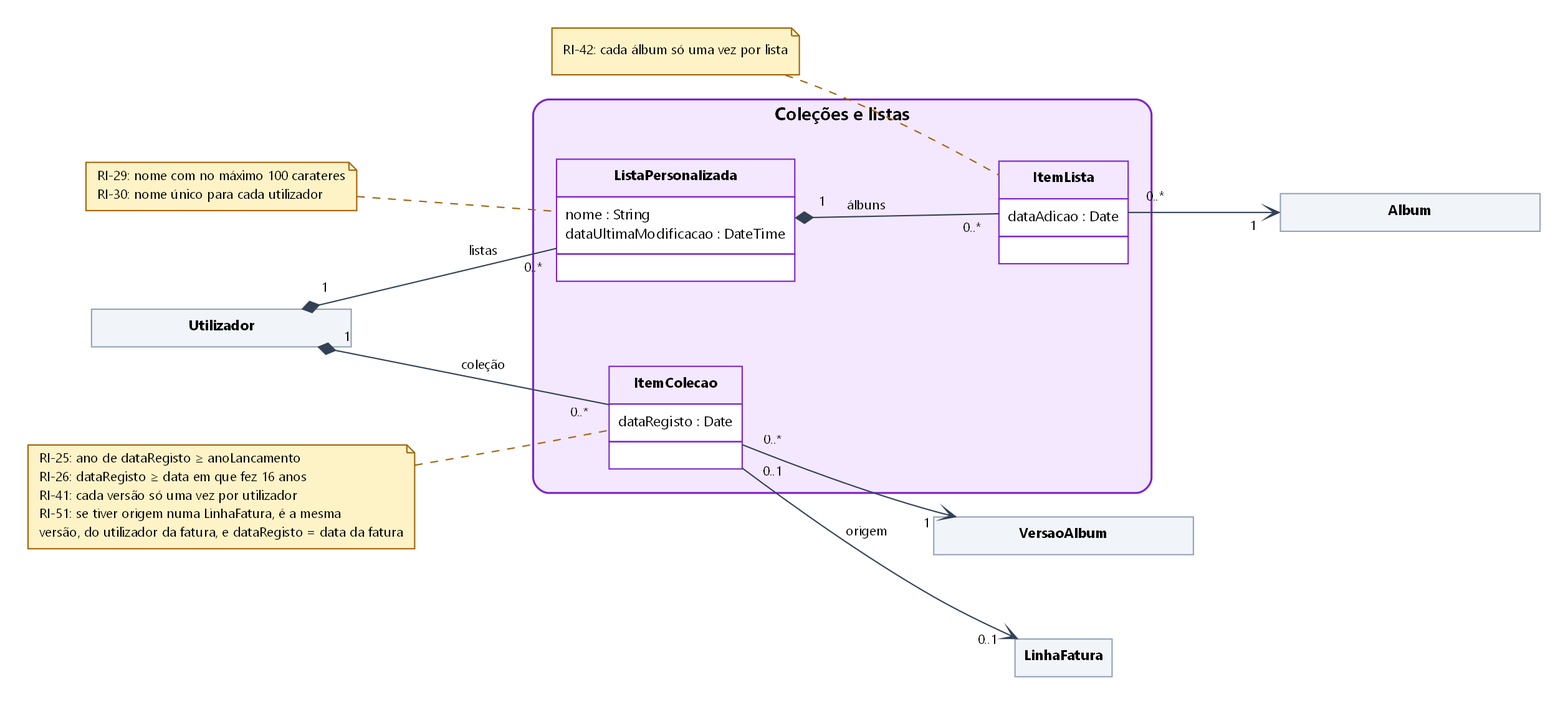
The Graphviz diagram etapa1/classes/img/05-colecoes-listas.png in malat0o/PGP, before a commit. Its source is kept beside it as etapa1/classes/fonte/05-colecoes-listas.dot.
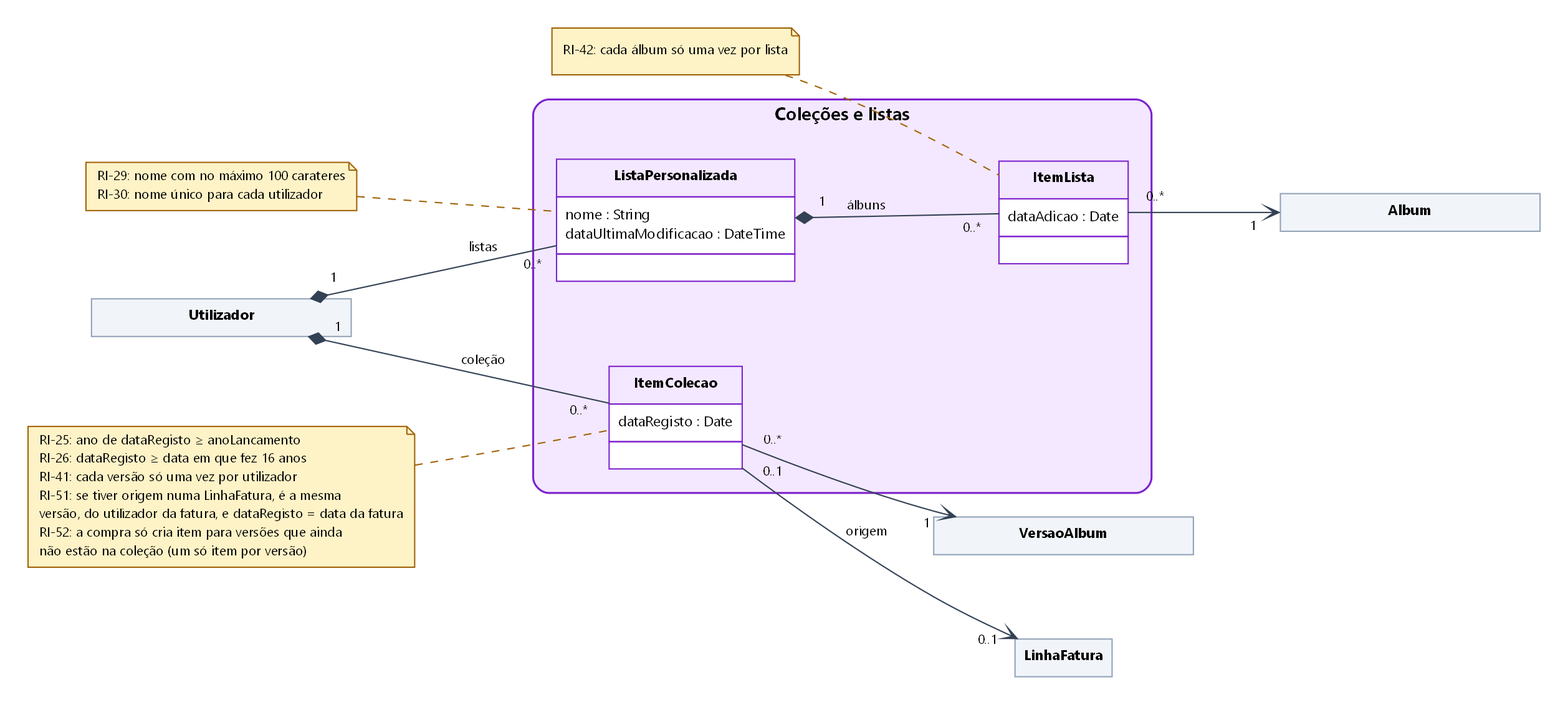
After the commit.

The edit, as a diff of the source:
```diff
@@ -17,7 +17,7 @@
   "Utilizador" -> "ListaPersonalizada" [fontname="Segoe UI", fontsize="10", color="#334155", labelfontsize="10", labeldistance="2.4", labelangle="28", dir="both", arrowtail="diamond", arrowhead="none", arrowsize="1.1", taillabel="1", headlabel="0..*", label=" listas "];
   "ListaPersonalizada" -> "ItemLista" [fontname="Segoe UI", fontsize="10", color="#334155", labelfontsize="10", labeldistance="2.4", labelangle="28", dir="both", arrowtail="diamond", arrowhead="none", arrowsize="1.1", taillabel="1", headlabel="0..*", label=" álbuns "];
   "ItemLista" -> "Album" [fontname="Segoe UI", fontsize="10", color="#334155", labelfontsize="10", labeldistance="2.4", labelangle="28", dir="forward", arrowhead="vee", taillabel="0..*", headlabel="1"];
-  "nota_ItemColecao" [shape=note, style=filled, fillcolor="#fef3c7", color="#a16207", fontsize="10", margin="0.12,0.06", label=<RI-25: ano de dataRegisto ≥ anoLancamento<br align="left"/>RI-26: dataRegisto ≥ data em que fez 16 anos<br align="left"/>RI-41: cada versão só uma vez por utilizador<br align="left"/>RI-51: se tiver origem numa LinhaFatura, é a mesma<br align="left"/>versão, do utilizador da fatura, e dataRegisto = data da fatura<br align="left"/>>];
+  "nota_ItemColecao" [shape=note, style=filled, fillcolor="#fef3c7", color="#a16207", fontsize="10", margin="0.12,0.06", label=<RI-25: ano de dataRegisto ≥ anoLancamento<br align="left"/>RI-26: dataRegisto ≥ data em que fez 16 anos<br align="left"/>RI-41: cada versão só uma vez por utilizador<br align="left"/>RI-51: se tiver origem numa LinhaFatura, é a mesma<br align="left"/>versão, do utilizador da fatura, e dataRegisto = data da fatura<br align="left"/>RI-52: a compra só cria item para versões que ainda<br align="left"/>não estão na coleção (um só item por versão)<br align="left"/>>];
   "nota_ItemColecao" -> "ItemColecao" [style=dashed, arrowhead=none, color="#a16207"];
   "nota_ListaPersonalizada" [shape=note, style=filled, fillcolor="#fef3c7", color="#a16207", fontsize="10", margin="0.12,0.06", label=<RI-29: nome com no máximo 100 carateres<br align="left"/>RI-30: nome único para cada utilizador<br align="left"/>>];
   "nota_ListaPersonalizada" -> "ListaPersonalizada" [style=dashed, arrowhead=none, color="#a16207"];
```
